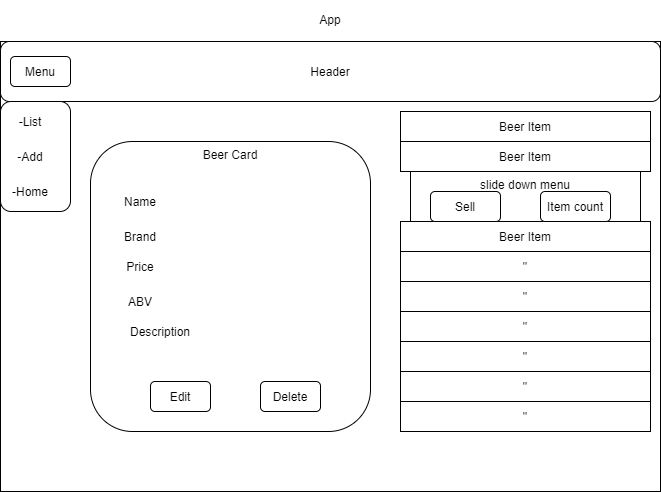
This is public/Diagram.drawio.png from tytyhibye/taproom, a draw.io export, as it was before one commit. Source tidied: cells renumbered, new cells last; positions are measured from the earlier drawing's top-left corner, leaving out a move shared by most shapes. Source of this version:
```xml
<mxGraphModel>
  <root>
    <mxCell id="0" />
    <mxCell id="1" parent="0" />
    <mxCell id="2" value="&lt;p style=&quot;line-height: 120%&quot;&gt;App&lt;/p&gt;" style="rounded=0;whiteSpace=wrap;html=1;verticalAlign=bottom;labelPosition=center;verticalLabelPosition=top;align=center;" parent="1" vertex="1">
      <mxGeometry width="660" height="450" as="geometry" />
    </mxCell>
    <mxCell id="3" value="Header" style="rounded=1;whiteSpace=wrap;html=1;" parent="1" vertex="1">
      <mxGeometry width="660" height="60" as="geometry" />
    </mxCell>
    <mxCell id="4" value="Menu" style="rounded=1;whiteSpace=wrap;html=1;" parent="1" vertex="1">
      <mxGeometry x="10" y="15" width="60" height="30" as="geometry" />
    </mxCell>
    <mxCell id="5" value="Beer Card" style="rounded=1;whiteSpace=wrap;html=1;verticalAlign=top;" parent="1" vertex="1">
      <mxGeometry x="90" y="100" width="280" height="290" as="geometry" />
    </mxCell>
    <mxCell id="6" value="Beer Item" style="rounded=0;whiteSpace=wrap;html=1;" parent="1" vertex="1">
      <mxGeometry x="400" y="70" width="250" height="30" as="geometry" />
    </mxCell>
    <mxCell id="7" value="Beer Item" style="rounded=0;whiteSpace=wrap;html=1;" parent="1" vertex="1">
      <mxGeometry x="400" y="100" width="250" height="30" as="geometry" />
    </mxCell>
    <mxCell id="8" value="Beer Item" style="rounded=0;whiteSpace=wrap;html=1;" parent="1" vertex="1">
      <mxGeometry x="400" y="180" width="250" height="30" as="geometry" />
    </mxCell>
    <mxCell id="9" value="&quot;" style="rounded=0;whiteSpace=wrap;html=1;" parent="1" vertex="1">
      <mxGeometry x="400" y="210" width="250" height="30" as="geometry" />
    </mxCell>
    <mxCell id="10" value="&quot;" style="rounded=0;whiteSpace=wrap;html=1;" parent="1" vertex="1">
      <mxGeometry x="400" y="240" width="250" height="30" as="geometry" />
    </mxCell>
    <mxCell id="11" value="&quot;" style="rounded=0;whiteSpace=wrap;html=1;" parent="1" vertex="1">
      <mxGeometry x="400" y="270" width="250" height="30" as="geometry" />
    </mxCell>
    <mxCell id="12" value="&quot;" style="rounded=0;whiteSpace=wrap;html=1;" parent="1" vertex="1">
      <mxGeometry x="400" y="300" width="250" height="30" as="geometry" />
    </mxCell>
    <mxCell id="13" value="&quot;" style="rounded=0;whiteSpace=wrap;html=1;" parent="1" vertex="1">
      <mxGeometry x="400" y="330" width="250" height="30" as="geometry" />
    </mxCell>
    <mxCell id="14" value="&quot;" style="rounded=0;whiteSpace=wrap;html=1;" parent="1" vertex="1">
      <mxGeometry x="400" y="360" width="250" height="30" as="geometry" />
    </mxCell>
    <mxCell id="15" value="slide down menu" style="rounded=0;whiteSpace=wrap;html=1;verticalAlign=top;" parent="1" vertex="1">
      <mxGeometry x="410" y="130" width="230" height="50" as="geometry" />
    </mxCell>
    <mxCell id="16" value="Sell" style="rounded=1;whiteSpace=wrap;html=1;" parent="1" vertex="1">
      <mxGeometry x="430" y="150" width="70" height="30" as="geometry" />
    </mxCell>
    <mxCell id="17" value="Item count" style="rounded=1;whiteSpace=wrap;html=1;" parent="1" vertex="1">
      <mxGeometry x="540" y="150" width="70" height="30" as="geometry" />
    </mxCell>
    <mxCell id="18" value="Name" style="text;html=1;strokeColor=none;fillColor=none;align=center;verticalAlign=middle;whiteSpace=wrap;rounded=0;" parent="1" vertex="1">
      <mxGeometry x="20" y="150" width="240" height="20" as="geometry" />
    </mxCell>
    <mxCell id="19" value="Brand" style="text;html=1;strokeColor=none;fillColor=none;align=center;verticalAlign=middle;whiteSpace=wrap;rounded=0;" parent="1" vertex="1">
      <mxGeometry x="20" y="185" width="240" height="20" as="geometry" />
    </mxCell>
    <mxCell id="20" value="Price" style="text;html=1;strokeColor=none;fillColor=none;align=center;verticalAlign=middle;whiteSpace=wrap;rounded=0;" parent="1" vertex="1">
      <mxGeometry x="20" y="215" width="240" height="20" as="geometry" />
    </mxCell>
    <mxCell id="21" value="ABV" style="text;html=1;strokeColor=none;fillColor=none;align=center;verticalAlign=middle;whiteSpace=wrap;rounded=0;" parent="1" vertex="1">
      <mxGeometry x="20" y="250" width="240" height="20" as="geometry" />
    </mxCell>
    <mxCell id="22" value="Description" style="text;html=1;strokeColor=none;fillColor=none;align=center;verticalAlign=middle;whiteSpace=wrap;rounded=0;" parent="1" vertex="1">
      <mxGeometry x="40" y="280" width="240" height="20" as="geometry" />
    </mxCell>
    <mxCell id="23" style="rounded=1;whiteSpace=wrap;html=1;" parent="1" vertex="1">
      <mxGeometry y="60" width="70" height="110" as="geometry" />
    </mxCell>
    <mxCell id="24" value="-List" style="text;html=1;strokeColor=none;fillColor=none;align=center;verticalAlign=middle;whiteSpace=wrap;rounded=0;" parent="1" vertex="1">
      <mxGeometry x="10" y="70" width="40" height="20" as="geometry" />
    </mxCell>
    <mxCell id="25" value="-Add" style="text;html=1;strokeColor=none;fillColor=none;align=center;verticalAlign=middle;whiteSpace=wrap;rounded=0;" parent="1" vertex="1">
      <mxGeometry x="10" y="105" width="40" height="20" as="geometry" />
    </mxCell>
    <mxCell id="26" value="-Home" style="text;html=1;strokeColor=none;fillColor=none;align=center;verticalAlign=middle;whiteSpace=wrap;rounded=0;" parent="1" vertex="1">
      <mxGeometry x="10" y="140" width="40" height="20" as="geometry" />
    </mxCell>
    <mxCell id="27" value="Edit" style="rounded=1;whiteSpace=wrap;html=1;" parent="1" vertex="1">
      <mxGeometry x="150" y="340" width="60" height="30" as="geometry" />
    </mxCell>
    <mxCell id="28" value="Delete" style="rounded=1;whiteSpace=wrap;html=1;" parent="1" vertex="1">
      <mxGeometry x="260" y="340" width="60" height="30" as="geometry" />
    </mxCell>
  </root>
</mxGraphModel>
```
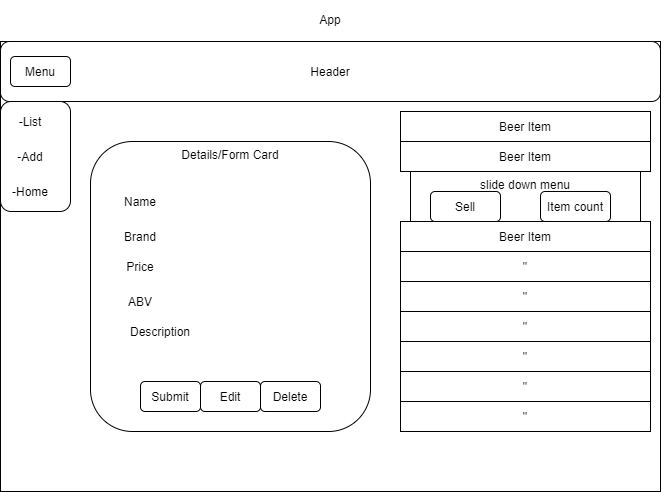
Above is the later version.

Commit message:
add edit form functionality.

What changed in the source:
```diff
@@ -11,7 +11,7 @@
     <mxCell id="4" value="Menu" style="rounded=1;whiteSpace=wrap;html=1;" parent="1" vertex="1">
       <mxGeometry x="10" y="15" width="60" height="30" as="geometry" />
     </mxCell>
-    <mxCell id="5" value="Beer Card" style="rounded=1;whiteSpace=wrap;html=1;verticalAlign=top;" parent="1" vertex="1">
+    <mxCell id="5" value="Details/Form Card" style="rounded=1;whiteSpace=wrap;html=1;verticalAlign=top;" parent="1" vertex="1">
       <mxGeometry x="90" y="100" width="280" height="290" as="geometry" />
     </mxCell>
     <mxCell id="6" value="Beer Item" style="rounded=0;whiteSpace=wrap;html=1;" parent="1" vertex="1">
@@ -78,10 +78,13 @@
       <mxGeometry x="10" y="140" width="40" height="20" as="geometry" />
     </mxCell>
     <mxCell id="27" value="Edit" style="rounded=1;whiteSpace=wrap;html=1;" parent="1" vertex="1">
-      <mxGeometry x="150" y="340" width="60" height="30" as="geometry" />
+      <mxGeometry x="200" y="340" width="60" height="30" as="geometry" />
     </mxCell>
     <mxCell id="28" value="Delete" style="rounded=1;whiteSpace=wrap;html=1;" parent="1" vertex="1">
       <mxGeometry x="260" y="340" width="60" height="30" as="geometry" />
     </mxCell>
+    <mxCell id="29" value="Submit" style="rounded=1;whiteSpace=wrap;html=1;" parent="1" vertex="1">
+      <mxGeometry x="140" y="340" width="60" height="30" as="geometry" />
+    </mxCell>
   </root>
 </mxGraphModel>
```
